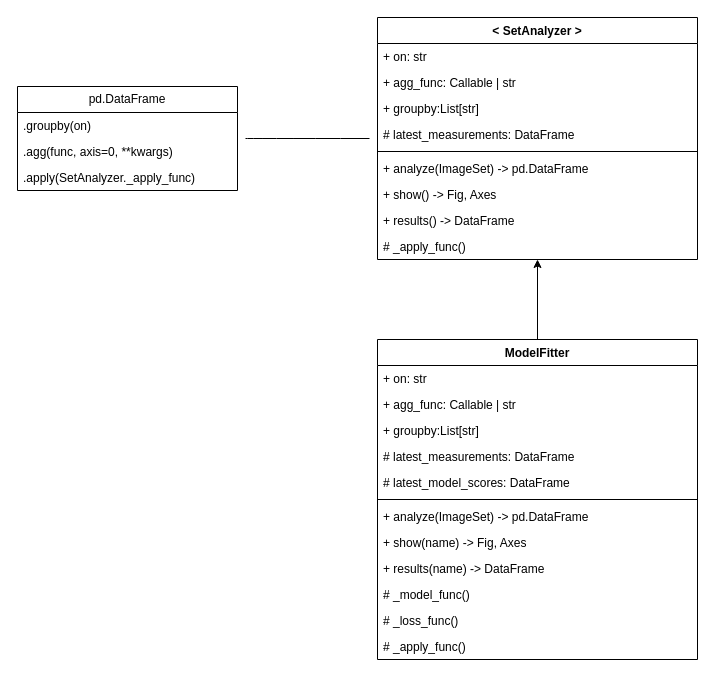
The draw.io diagram page "SetAnalysis" (7 of 7) of docs/diagrams/Phenotypic-Diagrams.drawio in exfab/PhenoTypic, before the edit. Source tidied: cells renumbered, new cells numbered last; positions are measured from the earlier drawing's top-left corner, leaving out a move shared by most shapes. Both pictures are drawn from the tidied source at 100%, with x=0, y=0 at pixel (17, 17).
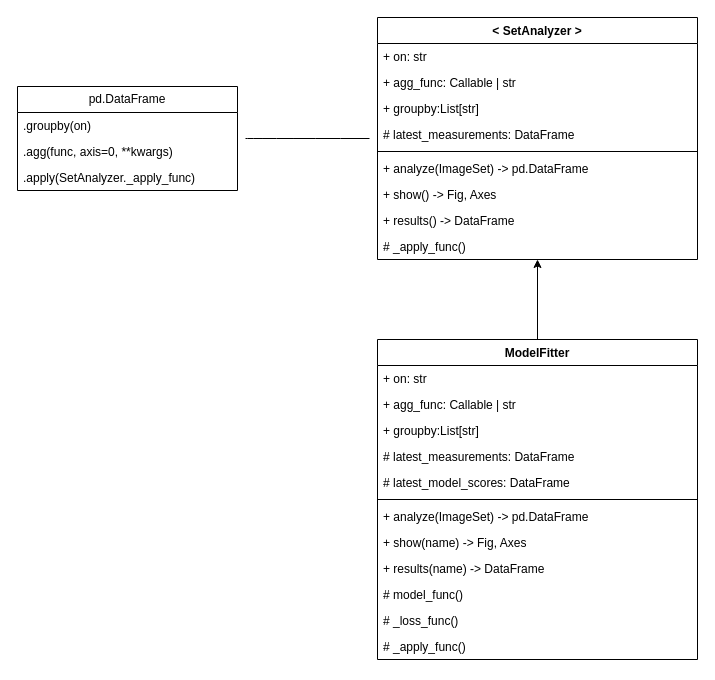
The same page after the edit.

Unchanged cells that the change refers to:
```xml
<mxCell id="13" value="ModelFitter" style="swimlane;fontStyle=1;align=center;verticalAlign=top;horizontal=1;startSize=26;whiteSpace=wrap;html=1;" parent="1" vertex="1">
  <mxGeometry x="360" y="322" width="320" height="320" as="geometry" />
</mxCell>
```

What changed in the source:
```diff
@@
-    <mxCell id="23" value="# _model_func()" style="text;strokeColor=none;fillColor=none;align=left;verticalAlign=top;spacingLeft=4;spacingRight=4;overflow=hidden;whiteSpace=wrap;html=1;" parent="13" vertex="1">
+    <mxCell id="23" value="# model_func()" style="text;strokeColor=none;fillColor=none;align=left;verticalAlign=top;spacingLeft=4;spacingRight=4;overflow=hidden;whiteSpace=wrap;html=1;" parent="13" vertex="1">
       <mxGeometry y="242" width="320" height="26" as="geometry" />
     </mxCell>
```
